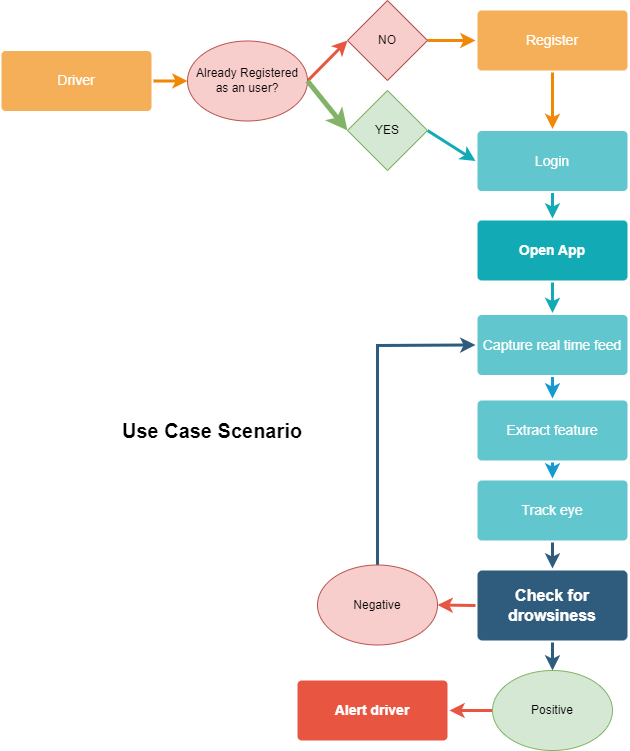
This is Untitled Diagramwqeq.drawio.png from Subhranil2152/various-projects, a draw.io export, as it was before one commit. Source tidied: cells renumbered, new cells last; positions are measured from the earlier drawing's top-left corner, leaving out a move shared by most shapes. Source of this version:
```xml
<mxGraphModel>
  <root>
    <mxCell id="0" />
    <mxCell id="1" parent="0" />
    <mxCell id="2" style="edgeStyle=none;rounded=0;jumpStyle=none;html=1;shadow=0;labelBackgroundColor=none;startArrow=none;startFill=0;endArrow=classic;endFill=1;jettySize=auto;strokeColor=#2F5B7C;strokeWidth=3;fontFamily=Helvetica;fontSize=16;fontColor=#23445D;spacing=5;exitX=0.5;exitY=1;exitDx=0;exitDy=0;entryX=0.5;entryY=0;entryDx=0;entryDy=0;" parent="1" edge="1" source="5" target="29">
      <mxGeometry relative="1" as="geometry" />
    </mxCell>
    <mxCell id="3" style="edgeStyle=none;rounded=0;jumpStyle=none;html=1;shadow=0;labelBackgroundColor=none;startArrow=none;startFill=0;endArrow=classic;endFill=1;jettySize=auto;strokeColor=#2F5B7C;strokeWidth=3;fontFamily=Helvetica;fontSize=16;fontColor=#23445D;spacing=5;exitX=0.5;exitY=1;exitDx=0;exitDy=0;entryX=0.5;entryY=0;entryDx=0;entryDy=0;" parent="1" edge="1" source="18" target="5">
      <mxGeometry relative="1" as="geometry" />
    </mxCell>
    <mxCell id="4" style="edgeStyle=none;rounded=0;jumpStyle=none;html=1;shadow=0;labelBackgroundColor=none;startArrow=none;startFill=0;endArrow=classic;endFill=1;jettySize=auto;strokeColor=#2F5B7C;strokeWidth=3;fontFamily=Helvetica;fontSize=16;fontColor=#23445D;spacing=5;entryX=0;entryY=0.5;entryDx=0;entryDy=0;exitX=0.5;exitY=0;exitDx=0;exitDy=0;" parent="1" edge="1" source="30" target="22">
      <mxGeometry relative="1" as="geometry">
        <Array as="points">
          <mxPoint x="376" y="345" />
        </Array>
      </mxGeometry>
    </mxCell>
    <mxCell id="5" value="Check for drowsiness" style="rounded=1;whiteSpace=wrap;html=1;shadow=0;labelBackgroundColor=none;strokeColor=none;strokeWidth=3;fillColor=#2F5B7C;fontFamily=Helvetica;fontSize=16;fontColor=#FFFFFF;align=center;fontStyle=1;spacing=5;arcSize=7;perimeterSpacing=2;" parent="1" vertex="1">
      <mxGeometry x="476" y="570" width="150" height="70" as="geometry" />
    </mxCell>
    <mxCell id="6" style="edgeStyle=none;rounded=1;jumpStyle=none;html=1;shadow=0;labelBackgroundColor=none;startArrow=none;startFill=0;jettySize=auto;strokeColor=#E85642;strokeWidth=3;fontFamily=Helvetica;fontSize=14;fontColor=#FFFFFF;spacing=5;fontStyle=1;fillColor=#b0e3e6;entryX=0;entryY=0.5;entryDx=0;entryDy=0;exitX=1;exitY=0.5;exitDx=0;exitDy=0;" parent="1" edge="1" source="25" target="26">
      <mxGeometry relative="1" as="geometry" />
    </mxCell>
    <mxCell id="7" style="edgeStyle=none;rounded=1;jumpStyle=none;html=1;shadow=0;labelBackgroundColor=none;startArrow=none;startFill=0;jettySize=auto;strokeColor=#E85642;strokeWidth=3;fontFamily=Helvetica;fontSize=14;fontColor=#FFFFFF;spacing=5;fontStyle=1;fillColor=#b0e3e6;exitX=0;exitY=0.5;exitDx=0;exitDy=0;entryX=1;entryY=0.5;entryDx=0;entryDy=0;" parent="1" edge="1" source="5" target="30">
      <mxGeometry relative="1" as="geometry" />
    </mxCell>
    <mxCell id="8" style="edgeStyle=none;rounded=1;jumpStyle=none;html=1;shadow=0;labelBackgroundColor=none;startArrow=none;startFill=0;jettySize=auto;strokeColor=#E85642;strokeWidth=3;fontFamily=Helvetica;fontSize=14;fontColor=#FFFFFF;spacing=5;fontStyle=1;fillColor=#b0e3e6;exitX=0;exitY=0.5;exitDx=0;exitDy=0;entryX=1;entryY=0.5;entryDx=0;entryDy=0;" parent="1" edge="1" source="29" target="9">
      <mxGeometry relative="1" as="geometry" />
    </mxCell>
    <mxCell id="9" value="Alert driver" style="rounded=1;whiteSpace=wrap;html=1;shadow=0;labelBackgroundColor=none;strokeColor=none;strokeWidth=3;fillColor=#e85642;fontFamily=Helvetica;fontSize=14;fontColor=#FFFFFF;align=center;spacing=5;fontStyle=1;arcSize=7;perimeterSpacing=2;" parent="1" vertex="1">
      <mxGeometry x="296" y="680" width="150" height="60" as="geometry" />
    </mxCell>
    <mxCell id="10" style="edgeStyle=none;rounded=0;jumpStyle=none;html=1;shadow=0;labelBackgroundColor=none;startArrow=none;startFill=0;endArrow=classic;endFill=1;jettySize=auto;strokeColor=#1699D3;strokeWidth=3;fontFamily=Helvetica;fontSize=14;fontColor=#FFFFFF;spacing=5;entryX=0.5;entryY=0;entryDx=0;entryDy=0;exitX=0.5;exitY=1;exitDx=0;exitDy=0;" parent="1" edge="1" source="22" target="20">
      <mxGeometry relative="1" as="geometry" />
    </mxCell>
    <mxCell id="11" style="edgeStyle=none;rounded=0;jumpStyle=none;html=1;shadow=0;labelBackgroundColor=none;startArrow=none;startFill=0;endArrow=classic;endFill=1;jettySize=auto;strokeColor=#1699D3;strokeWidth=3;fontFamily=Helvetica;fontSize=14;fontColor=#FFFFFF;spacing=5;entryX=0.5;entryY=0;entryDx=0;entryDy=0;exitX=0.5;exitY=1;exitDx=0;exitDy=0;" parent="1" edge="1" source="20" target="18">
      <mxGeometry relative="1" as="geometry" />
    </mxCell>
    <mxCell id="12" style="edgeStyle=none;rounded=0;jumpStyle=none;html=1;shadow=0;labelBackgroundColor=none;startArrow=none;startFill=0;endArrow=classic;endFill=1;jettySize=auto;strokeColor=#F08705;strokeWidth=3;fontFamily=Helvetica;fontSize=14;fontColor=#FFFFFF;spacing=5;entryX=0.5;entryY=0;entryDx=0;entryDy=0;exitX=0.5;exitY=1;exitDx=0;exitDy=0;" parent="1" edge="1" source="13" target="24">
      <mxGeometry relative="1" as="geometry" />
    </mxCell>
    <mxCell id="13" value="Register" style="rounded=1;whiteSpace=wrap;html=1;shadow=0;labelBackgroundColor=none;strokeColor=none;strokeWidth=3;fillColor=#f5af58;fontFamily=Helvetica;fontSize=14;fontColor=#FFFFFF;align=center;spacing=5;arcSize=7;perimeterSpacing=2;" parent="1" vertex="1">
      <mxGeometry x="476" y="10" width="150" height="60" as="geometry" />
    </mxCell>
    <mxCell id="14" style="edgeStyle=none;rounded=0;jumpStyle=none;html=1;shadow=0;labelBackgroundColor=none;startArrow=none;startFill=0;endArrow=classic;endFill=1;jettySize=auto;strokeColor=#F08705;strokeWidth=3;fontFamily=Helvetica;fontSize=14;fontColor=#FFFFFF;spacing=5;exitX=1;exitY=0.5;exitDx=0;exitDy=0;entryX=0;entryY=0.5;entryDx=0;entryDy=0;" parent="1" edge="1" source="26" target="13">
      <mxGeometry relative="1" as="geometry" />
    </mxCell>
    <mxCell id="15" value="Driver" style="rounded=1;whiteSpace=wrap;html=1;shadow=0;labelBackgroundColor=none;strokeColor=none;strokeWidth=3;fillColor=#f5af58;fontFamily=Helvetica;fontSize=14;fontColor=#FFFFFF;align=center;spacing=5;arcSize=7;perimeterSpacing=2;" parent="1" vertex="1">
      <mxGeometry y="50.5" width="150" height="60" as="geometry" />
    </mxCell>
    <mxCell id="16" style="edgeStyle=none;rounded=0;jumpStyle=none;html=1;shadow=0;labelBackgroundColor=none;startArrow=none;startFill=0;endArrow=classic;endFill=1;jettySize=auto;strokeColor=#F08705;strokeWidth=3;fontFamily=Helvetica;fontSize=14;fontColor=#FFFFFF;spacing=5;entryX=0;entryY=0.5;entryDx=0;entryDy=0;exitX=1;exitY=0.5;exitDx=0;exitDy=0;" parent="1" edge="1" source="15" target="25">
      <mxGeometry relative="1" as="geometry" />
    </mxCell>
    <mxCell id="17" value="Open App" style="rounded=1;whiteSpace=wrap;html=1;shadow=0;labelBackgroundColor=none;strokeColor=none;strokeWidth=3;fillColor=#12aab5;fontFamily=Helvetica;fontSize=14;fontColor=#FFFFFF;align=center;spacing=5;fontStyle=1;arcSize=7;perimeterSpacing=2;" parent="1" vertex="1">
      <mxGeometry x="476" y="220" width="150" height="60" as="geometry" />
    </mxCell>
    <mxCell id="18" value="Track eye" style="rounded=1;whiteSpace=wrap;html=1;shadow=0;labelBackgroundColor=none;strokeColor=none;strokeWidth=3;fillColor=#61c6ce;fontFamily=Helvetica;fontSize=14;fontColor=#FFFFFF;align=center;spacing=5;fontStyle=0;arcSize=7;perimeterSpacing=2;" parent="1" vertex="1">
      <mxGeometry x="476" y="480" width="150" height="60" as="geometry" />
    </mxCell>
    <mxCell id="19" style="edgeStyle=none;rounded=1;jumpStyle=none;html=1;shadow=0;labelBackgroundColor=none;startArrow=none;startFill=0;jettySize=auto;strokeColor=#12AAB5;strokeWidth=3;fontFamily=Helvetica;fontSize=14;fontColor=#FFFFFF;spacing=5;fontStyle=1;fillColor=#b0e3e6;entryX=0.5;entryY=0;entryDx=0;entryDy=0;exitX=0.5;exitY=1;exitDx=0;exitDy=0;" parent="1" edge="1" source="17" target="22">
      <mxGeometry relative="1" as="geometry" />
    </mxCell>
    <mxCell id="20" value="Extract feature" style="rounded=1;whiteSpace=wrap;html=1;shadow=0;labelBackgroundColor=none;strokeColor=none;strokeWidth=3;fillColor=#61c6ce;fontFamily=Helvetica;fontSize=14;fontColor=#FFFFFF;align=center;spacing=5;fontStyle=0;arcSize=7;perimeterSpacing=2;" parent="1" vertex="1">
      <mxGeometry x="476" y="400" width="150" height="60" as="geometry" />
    </mxCell>
    <mxCell id="21" style="edgeStyle=none;rounded=1;jumpStyle=none;html=1;shadow=0;labelBackgroundColor=none;startArrow=none;startFill=0;jettySize=auto;strokeColor=#12AAB5;strokeWidth=3;fontFamily=Helvetica;fontSize=14;fontColor=#FFFFFF;spacing=5;fontStyle=1;fillColor=#b0e3e6;exitX=0.5;exitY=1;exitDx=0;exitDy=0;entryX=0.5;entryY=0;entryDx=0;entryDy=0;" parent="1" edge="1" source="24" target="17">
      <mxGeometry relative="1" as="geometry" />
    </mxCell>
    <mxCell id="22" value="Capture real time feed" style="rounded=1;whiteSpace=wrap;html=1;shadow=0;labelBackgroundColor=none;strokeColor=none;strokeWidth=3;fillColor=#61c6ce;fontFamily=Helvetica;fontSize=14;fontColor=#FFFFFF;align=center;spacing=5;fontStyle=0;arcSize=7;perimeterSpacing=2;" parent="1" vertex="1">
      <mxGeometry x="476" y="314.5" width="150" height="60" as="geometry" />
    </mxCell>
    <mxCell id="23" style="edgeStyle=none;rounded=1;jumpStyle=none;html=1;shadow=0;labelBackgroundColor=none;startArrow=none;startFill=0;jettySize=auto;strokeColor=#12AAB5;strokeWidth=3;fontFamily=Helvetica;fontSize=14;fontColor=#FFFFFF;spacing=5;fontStyle=1;fillColor=#b0e3e6;entryX=0;entryY=0.5;entryDx=0;entryDy=0;exitX=1;exitY=0.5;exitDx=0;exitDy=0;" parent="1" edge="1" source="27" target="24">
      <mxGeometry relative="1" as="geometry" />
    </mxCell>
    <mxCell id="24" value="Login" style="rounded=1;whiteSpace=wrap;html=1;shadow=0;labelBackgroundColor=none;strokeColor=none;strokeWidth=3;fillColor=#61c6ce;fontFamily=Helvetica;fontSize=14;fontColor=#FFFFFF;align=center;spacing=5;fontStyle=0;arcSize=7;perimeterSpacing=2;" parent="1" vertex="1">
      <mxGeometry x="476" y="130.5" width="150" height="60" as="geometry" />
    </mxCell>
    <mxCell id="25" value="Already Registered as an user?&lt;br&gt;" style="ellipse;whiteSpace=wrap;html=1;fillColor=#f8cecc;strokeColor=#b85450;" parent="1" vertex="1">
      <mxGeometry x="186" y="40.5" width="120" height="80" as="geometry" />
    </mxCell>
    <mxCell id="26" value="NO" style="rhombus;whiteSpace=wrap;html=1;fillColor=#f8cecc;strokeColor=#b85450;" parent="1" vertex="1">
      <mxGeometry x="346" width="80" height="80" as="geometry" />
    </mxCell>
    <mxCell id="27" value="YES" style="rhombus;whiteSpace=wrap;html=1;fillColor=#d5e8d4;strokeColor=#82b366;" parent="1" vertex="1">
      <mxGeometry x="346" y="90" width="80" height="80" as="geometry" />
    </mxCell>
    <mxCell id="28" style="endArrow=classic;html=1;rounded=0;exitX=1;exitY=0.5;exitDx=0;exitDy=0;entryX=0;entryY=0.5;entryDx=0;entryDy=0;fillColor=#d5e8d4;strokeColor=#82b366;strokeWidth=5;" parent="1" edge="1" source="25" target="27">
      <mxGeometry relative="1" as="geometry" />
    </mxCell>
    <mxCell id="29" value="Positive" style="ellipse;whiteSpace=wrap;html=1;fillColor=#d5e8d4;strokeColor=#82b366;" parent="1" vertex="1">
      <mxGeometry x="491" y="670" width="120" height="80" as="geometry" />
    </mxCell>
    <mxCell id="30" value="Negative" style="ellipse;whiteSpace=wrap;html=1;fillColor=#f8cecc;strokeColor=#b85450;" parent="1" vertex="1">
      <mxGeometry x="316" y="564.5" width="120" height="80" as="geometry" />
    </mxCell>
    <mxCell id="31" value="Use Case Scenario" style="text;align=center;html=1;verticalAlign=middle;whiteSpace=wrap;rounded=0;strokeWidth=0;fontStyle=1;fontSize=20;" parent="1" vertex="1">
      <mxGeometry x="106" y="400" width="210" height="60" as="geometry" />
    </mxCell>
  </root>
</mxGraphModel>
```
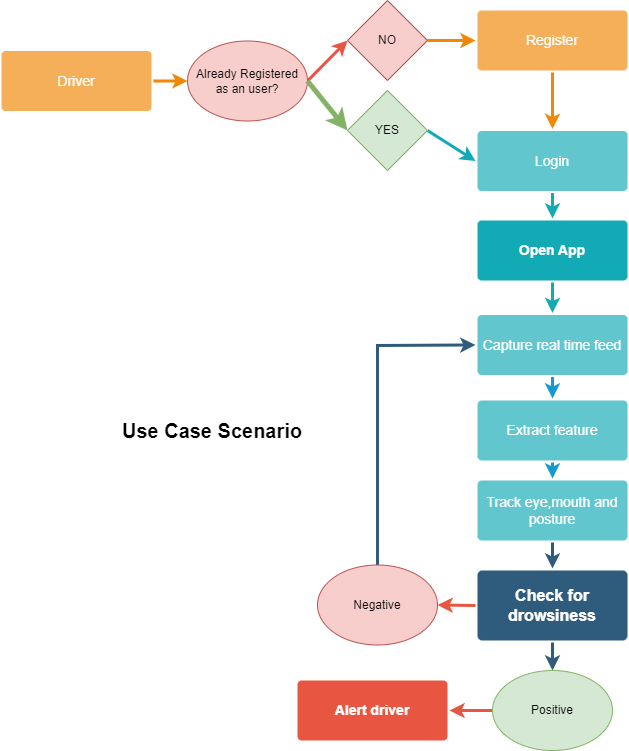
The same diagram one commit later.

Change to the diagram source:
```diff
@@ -54,7 +54,7 @@
     <mxCell id="17" value="Open App" style="rounded=1;whiteSpace=wrap;html=1;shadow=0;labelBackgroundColor=none;strokeColor=none;strokeWidth=3;fillColor=#12aab5;fontFamily=Helvetica;fontSize=14;fontColor=#FFFFFF;align=center;spacing=5;fontStyle=1;arcSize=7;perimeterSpacing=2;" parent="1" vertex="1">
       <mxGeometry x="476" y="220" width="150" height="60" as="geometry" />
     </mxCell>
-    <mxCell id="18" value="Track eye" style="rounded=1;whiteSpace=wrap;html=1;shadow=0;labelBackgroundColor=none;strokeColor=none;strokeWidth=3;fillColor=#61c6ce;fontFamily=Helvetica;fontSize=14;fontColor=#FFFFFF;align=center;spacing=5;fontStyle=0;arcSize=7;perimeterSpacing=2;" parent="1" vertex="1">
+    <mxCell id="18" value="Track eye,mouth and posture" style="rounded=1;whiteSpace=wrap;html=1;shadow=0;labelBackgroundColor=none;strokeColor=none;strokeWidth=3;fillColor=#61c6ce;fontFamily=Helvetica;fontSize=14;fontColor=#FFFFFF;align=center;spacing=5;fontStyle=0;arcSize=7;perimeterSpacing=2;" parent="1" vertex="1">
       <mxGeometry x="476" y="480" width="150" height="60" as="geometry" />
     </mxCell>
     <mxCell id="19" style="edgeStyle=none;rounded=1;jumpStyle=none;html=1;shadow=0;labelBackgroundColor=none;startArrow=none;startFill=0;jettySize=auto;strokeColor=#12AAB5;strokeWidth=3;fontFamily=Helvetica;fontSize=14;fontColor=#FFFFFF;spacing=5;fontStyle=1;fillColor=#b0e3e6;entryX=0.5;entryY=0;entryDx=0;entryDy=0;exitX=0.5;exitY=1;exitDx=0;exitDy=0;" parent="1" edge="1" source="17" target="22">
```
